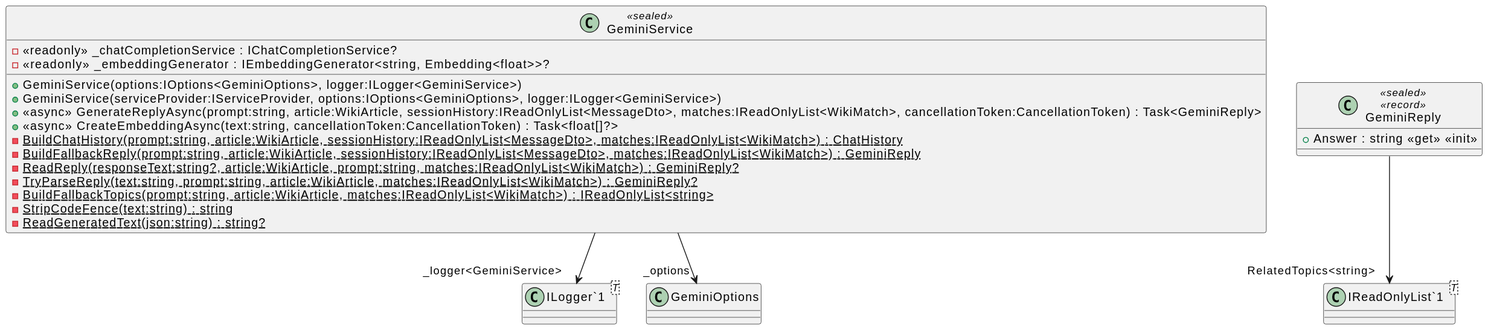
Before: uml/WikiGraph.Api/Application/Services/GeminiService.svg, a diagram exported from PlantUML (Tirth-Thakkar/WikiGraph). The source it was exported from:
```plantuml
@startuml
class GeminiService <<sealed>> {
    - <<readonly>> _chatCompletionService : IChatCompletionService?
    - <<readonly>> _embeddingGenerator : IEmbeddingGenerator<string, Embedding<float>>?
    + GeminiService(options:IOptions<GeminiOptions>, logger:ILogger<GeminiService>)
    + GeminiService(serviceProvider:IServiceProvider, options:IOptions<GeminiOptions>, logger:ILogger<GeminiService>)
    + <<async>> GenerateReplyAsync(prompt:string, article:WikiArticle, sessionHistory:IReadOnlyList<MessageDto>, matches:IReadOnlyList<WikiMatch>, cancellationToken:CancellationToken) : Task<GeminiReply>
    + <<async>> CreateEmbeddingAsync(text:string, cancellationToken:CancellationToken) : Task<float[]?>
    - {static} BuildChatHistory(prompt:string, article:WikiArticle, sessionHistory:IReadOnlyList<MessageDto>, matches:IReadOnlyList<WikiMatch>) : ChatHistory
    - {static} BuildFallbackReply(prompt:string, article:WikiArticle, sessionHistory:IReadOnlyList<MessageDto>, matches:IReadOnlyList<WikiMatch>) : GeminiReply
    - {static} ReadReply(responseText:string?, article:WikiArticle, prompt:string, matches:IReadOnlyList<WikiMatch>) : GeminiReply?
    - {static} TryParseReply(text:string, prompt:string, article:WikiArticle, matches:IReadOnlyList<WikiMatch>) : GeminiReply?
    - {static} BuildFallbackTopics(prompt:string, article:WikiArticle, matches:IReadOnlyList<WikiMatch>) : IReadOnlyList<string>
    - {static} StripCodeFence(text:string) : string
    - {static} ReadGeneratedText(json:string) : string?
}
class GeminiReply <<sealed>> <<record>> {
    + Answer : string <<get>> <<init>>
}
class "ILogger`1"<T> {
}
class "IReadOnlyList`1"<T> {
}
GeminiService --> "_options" GeminiOptions
GeminiService --> "_logger<GeminiService>" "ILogger`1"
GeminiReply --> "RelatedTopics<string>" "IReadOnlyList`1"
@enduml
```
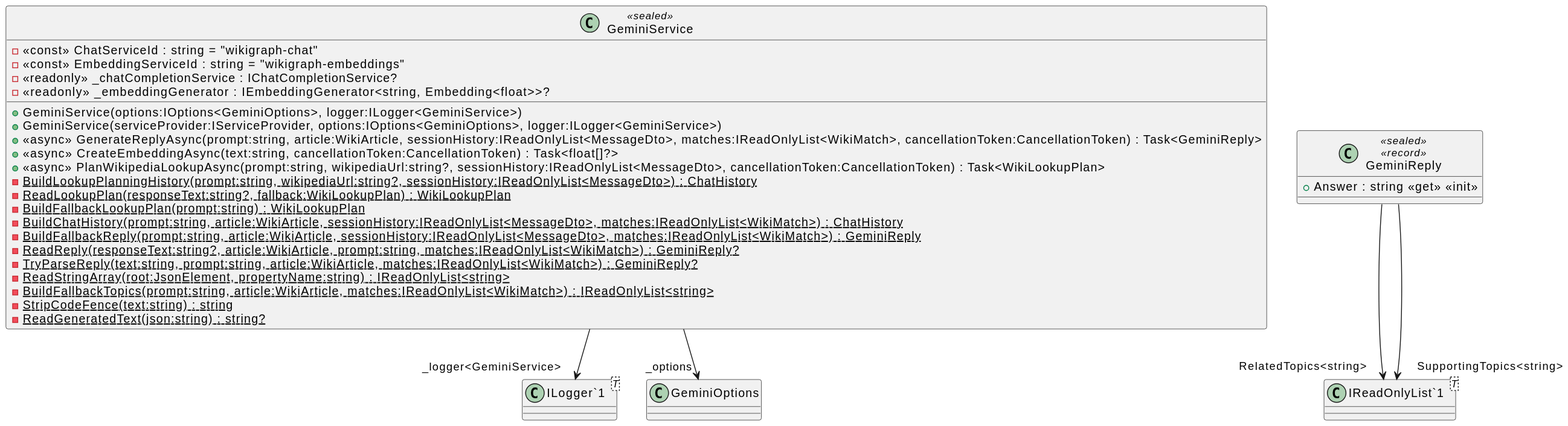
The same file after the commit.

What changed in the source:
```diff
@@ -1,15 +1,22 @@
 @startuml
 class GeminiService <<sealed>> {
+    - <<const>> ChatServiceId : string = "wikigraph-chat"
+    - <<const>> EmbeddingServiceId : string = "wikigraph-embeddings"
     - <<readonly>> _chatCompletionService : IChatCompletionService?
     - <<readonly>> _embeddingGenerator : IEmbeddingGenerator<string, Embedding<float>>?
     + GeminiService(options:IOptions<GeminiOptions>, logger:ILogger<GeminiService>)
     + GeminiService(serviceProvider:IServiceProvider, options:IOptions<GeminiOptions>, logger:ILogger<GeminiService>)
     + <<async>> GenerateReplyAsync(prompt:string, article:WikiArticle, sessionHistory:IReadOnlyList<MessageDto>, matches:IReadOnlyList<WikiMatch>, cancellationToken:CancellationToken) : Task<GeminiReply>
     + <<async>> CreateEmbeddingAsync(text:string, cancellationToken:CancellationToken) : Task<float[]?>
+    + <<async>> PlanWikipediaLookupAsync(prompt:string, wikipediaUrl:string?, sessionHistory:IReadOnlyList<MessageDto>, cancellationToken:CancellationToken) : Task<WikiLookupPlan>
+    - {static} BuildLookupPlanningHistory(prompt:string, wikipediaUrl:string?, sessionHistory:IReadOnlyList<MessageDto>) : ChatHistory
+    - {static} ReadLookupPlan(responseText:string?, fallback:WikiLookupPlan) : WikiLookupPlan
+    - {static} BuildFallbackLookupPlan(prompt:string) : WikiLookupPlan
     - {static} BuildChatHistory(prompt:string, article:WikiArticle, sessionHistory:IReadOnlyList<MessageDto>, matches:IReadOnlyList<WikiMatch>) : ChatHistory
     - {static} BuildFallbackReply(prompt:string, article:WikiArticle, sessionHistory:IReadOnlyList<MessageDto>, matches:IReadOnlyList<WikiMatch>) : GeminiReply
     - {static} ReadReply(responseText:string?, article:WikiArticle, prompt:string, matches:IReadOnlyList<WikiMatch>) : GeminiReply?
     - {static} TryParseReply(text:string, prompt:string, article:WikiArticle, matches:IReadOnlyList<WikiMatch>) : GeminiReply?
+    - {static} ReadStringArray(root:JsonElement, propertyName:string) : IReadOnlyList<string>
     - {static} BuildFallbackTopics(prompt:string, article:WikiArticle, matches:IReadOnlyList<WikiMatch>) : IReadOnlyList<string>
     - {static} StripCodeFence(text:string) : string
     - {static} ReadGeneratedText(json:string) : string?
@@ -24,4 +31,5 @@
 GeminiService --> "_options" GeminiOptions
 GeminiService --> "_logger<GeminiService>" "ILogger`1"
 GeminiReply --> "RelatedTopics<string>" "IReadOnlyList`1"
+GeminiReply --> "SupportingTopics<string>" "IReadOnlyList`1"
 @enduml
```
